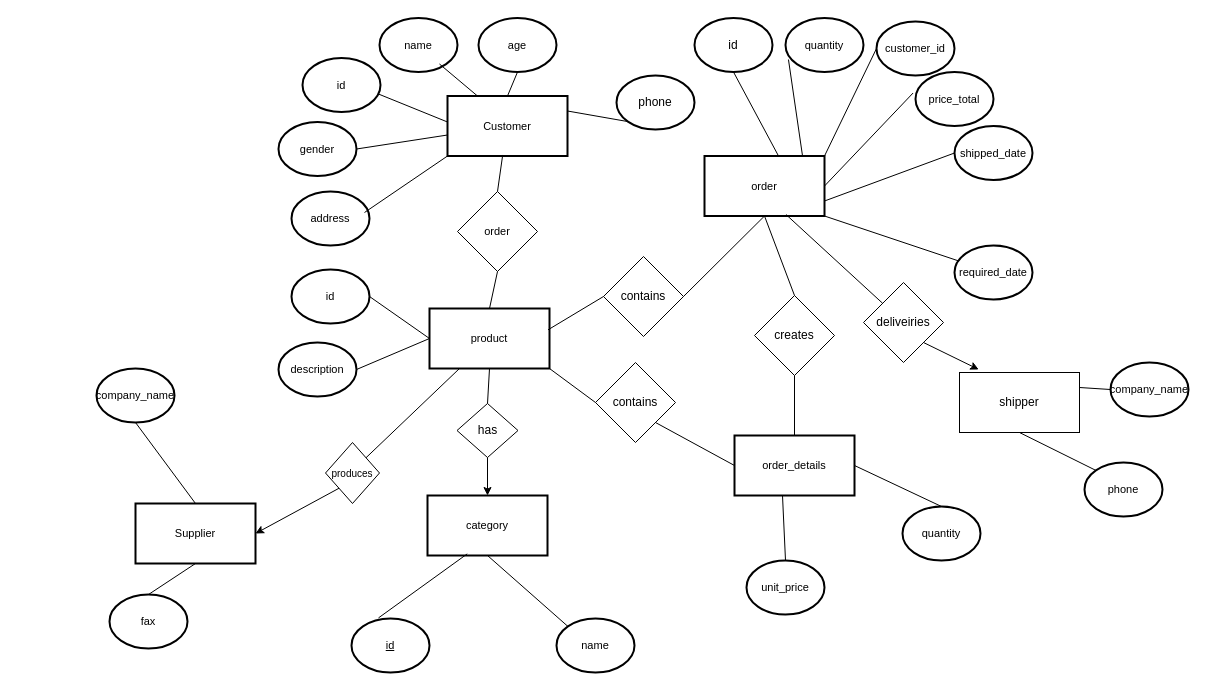
Earlier version of the draw.io diagram Biểu đồ không có tiêu đề.drawio (trung04/codeC). Source tidied: cells renumbered, new cells numbered last; positions are measured from the earlier drawing's top-left corner, leaving out a move shared by most shapes. Both pictures are drawn from the tidied source at 100%, with x=0, y=0 at pixel (96, 18).
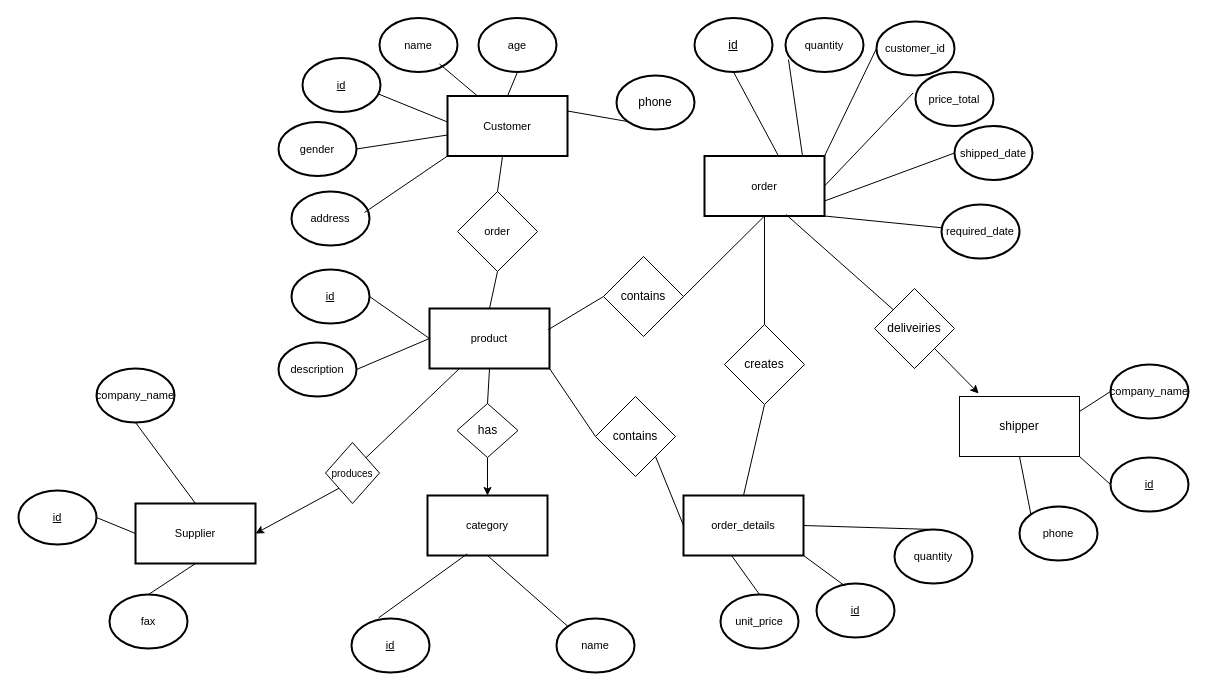
After the change.

Commit message (it also covers changes not shown here):
Cập nhật Biểu đồ không có tiêu đề.drawio

The change refers to these unchanged cells:
```xml
<mxCell id="39" value="Supplier" style="rounded=0;whiteSpace=wrap;html=1;strokeWidth=2;fontSize=11;" parent="1" vertex="1">
  <mxGeometry x="39" y="485" width="120" height="60" as="geometry" />
</mxCell>
```

Change to the diagram source:
```diff
@@
-    <mxCell id="4" value="id" style="ellipse;whiteSpace=wrap;html=1;strokeWidth=2;perimeterSpacing=0;fontSize=11;" parent="1" vertex="1">
+    <mxCell id="4" value="&lt;u&gt;id&lt;/u&gt;" style="ellipse;whiteSpace=wrap;html=1;strokeWidth=2;perimeterSpacing=0;fontSize=11;" parent="1" vertex="1">
       <mxGeometry x="206" y="39.5" width="78" height="54" as="geometry" />
     </mxCell>
@@
-    <mxCell id="16" value="id" style="ellipse;whiteSpace=wrap;html=1;strokeWidth=2;perimeterSpacing=0;fontSize=11;" parent="1" vertex="1">
+    <mxCell id="16" value="&lt;u&gt;id&lt;/u&gt;" style="ellipse;whiteSpace=wrap;html=1;strokeWidth=2;perimeterSpacing=0;fontSize=11;" parent="1" vertex="1">
       <mxGeometry x="195" y="251" width="78" height="54" as="geometry" />
     </mxCell>
@@
-    <mxCell id="37" value="id" style="ellipse;whiteSpace=wrap;html=1;strokeWidth=2;perimeterSpacing=0;" parent="1" vertex="1">
+    <mxCell id="37" value="&lt;u&gt;id&lt;/u&gt;" style="ellipse;whiteSpace=wrap;html=1;strokeWidth=2;perimeterSpacing=0;" parent="1" vertex="1">
       <mxGeometry x="598" y="-0.5" width="78" height="54" as="geometry" />
     </mxCell>
@@
     <mxCell id="45" value="required_date" style="ellipse;whiteSpace=wrap;html=1;strokeWidth=2;perimeterSpacing=0;fontSize=11;" parent="1" vertex="1">
-      <mxGeometry x="858" y="227" width="78" height="54" as="geometry" />
+      <mxGeometry x="845" y="186" width="78" height="54" as="geometry" />
     </mxCell>
@@
     <mxCell id="51" value="order_details" style="rounded=0;whiteSpace=wrap;html=1;strokeWidth=2;fontSize=11;" parent="1" vertex="1">
-      <mxGeometry x="638" y="417" width="120" height="60" as="geometry" />
+      <mxGeometry x="587" y="477" width="120" height="60" as="geometry" />
     </mxCell>
@@
     <mxCell id="54" value="creates" style="rhombus;whiteSpace=wrap;html=1;" parent="1" vertex="1">
-      <mxGeometry x="658" y="277" width="80" height="80" as="geometry" />
+      <mxGeometry x="628" y="306" width="80" height="80" as="geometry" />
     </mxCell>
@@
     <mxCell id="57" value="quantity" style="ellipse;whiteSpace=wrap;html=1;strokeWidth=2;perimeterSpacing=0;fontSize=11;" parent="1" vertex="1">
-      <mxGeometry x="806" y="488" width="78" height="54" as="geometry" />
+      <mxGeometry x="798" y="511" width="78" height="54" as="geometry" />
     </mxCell>
     <mxCell id="58" value="unit_price" style="ellipse;whiteSpace=wrap;html=1;strokeWidth=2;perimeterSpacing=0;fontSize=11;" parent="1" vertex="1">
-      <mxGeometry x="650" y="542" width="78" height="54" as="geometry" />
+      <mxGeometry x="624" y="576" width="78" height="54" as="geometry" />
     </mxCell>
@@
     <mxCell id="61" value="contains" style="rhombus;whiteSpace=wrap;html=1;" parent="1" vertex="1">
-      <mxGeometry x="499" y="344" width="80" height="80" as="geometry" />
+      <mxGeometry x="499" y="378" width="80" height="80" as="geometry" />
     </mxCell>
@@
     <mxCell id="66" value="deliveiries" style="rhombus;whiteSpace=wrap;html=1;" parent="1" vertex="1">
-      <mxGeometry x="767" y="264" width="80" height="80" as="geometry" />
+      <mxGeometry x="778" y="270" width="80" height="80" as="geometry" />
     </mxCell>
@@
     <mxCell id="68" value="shipper" style="rounded=0;whiteSpace=wrap;html=1;" parent="1" vertex="1">
-      <mxGeometry x="863" y="354" width="120" height="60" as="geometry" />
+      <mxGeometry x="863" y="378" width="120" height="60" as="geometry" />
     </mxCell>
@@
     <mxCell id="70" value="company_name" style="ellipse;whiteSpace=wrap;html=1;strokeWidth=2;perimeterSpacing=0;fontSize=11;" parent="1" vertex="1">
-      <mxGeometry x="1014" y="344" width="78" height="54" as="geometry" />
+      <mxGeometry x="1014" y="346" width="78" height="54" as="geometry" />
     </mxCell>
     <mxCell id="71" value="phone" style="ellipse;whiteSpace=wrap;html=1;strokeWidth=2;perimeterSpacing=0;fontSize=11;" parent="1" vertex="1">
-      <mxGeometry x="988" y="444" width="78" height="54" as="geometry" />
+      <mxGeometry x="923" y="488" width="78" height="54" as="geometry" />
     </mxCell>
@@
+    <mxCell id="74" value="&lt;u&gt;id&lt;/u&gt;" style="ellipse;whiteSpace=wrap;html=1;strokeWidth=2;perimeterSpacing=0;fontSize=11;" parent="1" vertex="1">
+      <mxGeometry x="720" y="565" width="78" height="54" as="geometry" />
+    </mxCell>
+    <mxCell id="75" value="&lt;u&gt;id&lt;/u&gt;" style="ellipse;whiteSpace=wrap;html=1;strokeWidth=2;perimeterSpacing=0;fontSize=11;" parent="1" vertex="1">
+      <mxGeometry x="1014" y="439" width="78" height="54" as="geometry" />
+    </mxCell>
+    <mxCell id="76" style="endArrow=none;html=1;rounded=0;exitX=0.365;exitY=0.046;exitDx=0;exitDy=0;entryX=1;entryY=1;entryDx=0;entryDy=0;exitPerimeter=0;" parent="1" edge="1" source="74" target="51">
+      <mxGeometry relative="1" as="geometry" />
+    </mxCell>
+    <mxCell id="77" style="endArrow=none;html=1;rounded=0;exitX=0;exitY=0.5;exitDx=0;exitDy=0;entryX=1;entryY=1;entryDx=0;entryDy=0;" parent="1" edge="1" source="75" target="68">
+      <mxGeometry relative="1" as="geometry" />
+    </mxCell>
+    <mxCell id="78" value="&lt;u&gt;id&lt;/u&gt;" style="ellipse;whiteSpace=wrap;html=1;strokeWidth=2;perimeterSpacing=0;fontSize=11;" parent="1" vertex="1">
+      <mxGeometry x="-78" y="472" width="78" height="54" as="geometry" />
+    </mxCell>
+    <mxCell id="79" style="endArrow=none;html=1;rounded=0;entryX=1;entryY=0.5;entryDx=0;entryDy=0;exitX=0;exitY=0.5;exitDx=0;exitDy=0;" parent="1" edge="1" source="39" target="78">
+      <mxGeometry relative="1" as="geometry" />
+    </mxCell>
```
